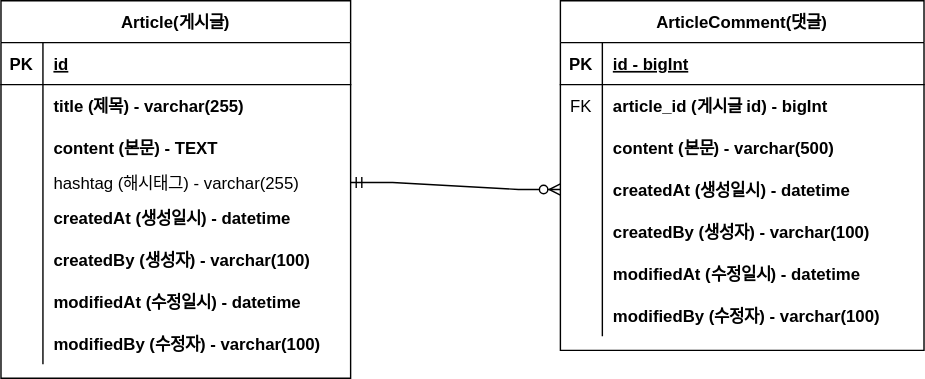
The draw.io diagram document/project-board-erd.svg in haaeee/board-toy-project, before a commit. Source tidied: cells renumbered, new cells last; positions are measured from the earlier drawing's top-left corner, leaving out a move shared by most shapes.
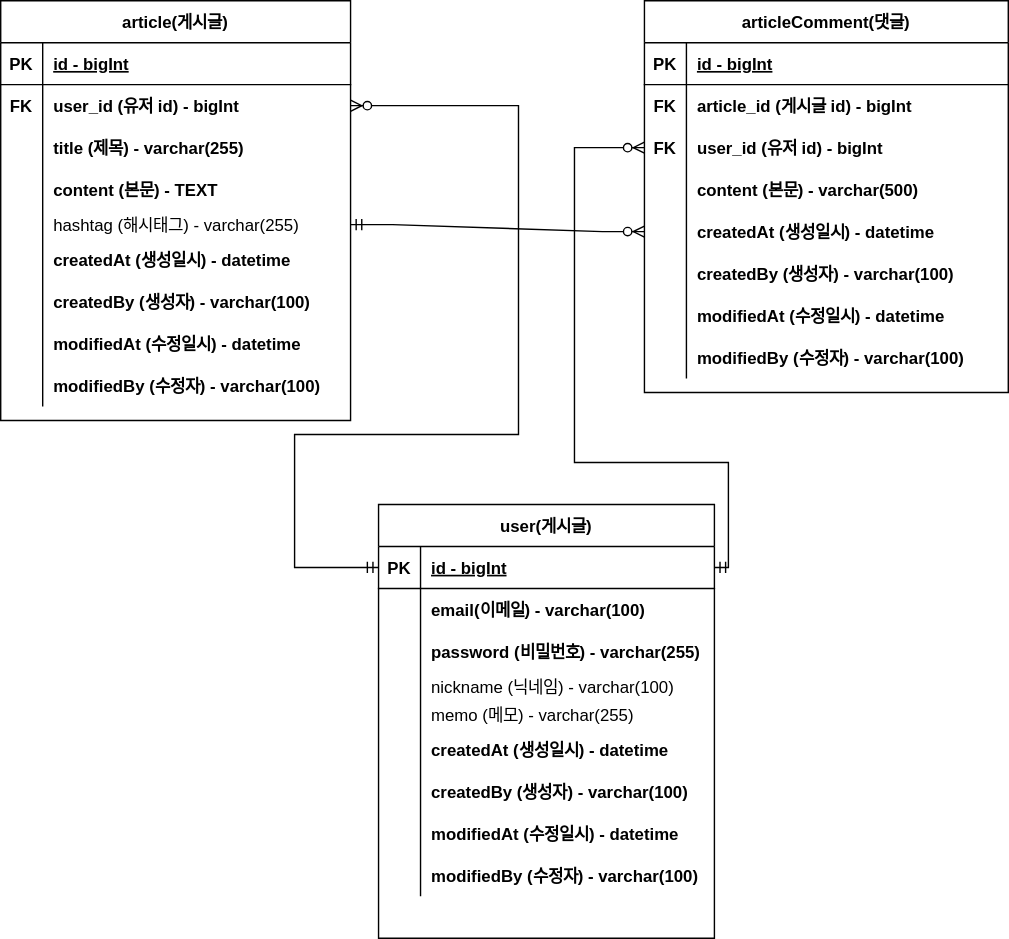
The same diagram one commit later.

Commit message:
#18 -  회원 계정 도메인 구현 및 erd 반영: project-board-erd.svg

What changed in the source:
```diff
@@ -2,8 +2,8 @@
   <root>
     <mxCell id="0" />
     <mxCell id="1" parent="0" />
-    <mxCell id="2" value="Article(게시글)" style="shape=table;startSize=30;rowLines=0;fontStyle=1;align=center;" parent="1" vertex="1">
-      <mxGeometry width="250" height="270" as="geometry" />
+    <mxCell id="2" value="article(게시글)" style="shape=table;startSize=30;rowLines=0;fontStyle=1;align=center;" parent="1" vertex="1">
+      <mxGeometry x="-60" width="250" height="300" as="geometry" />
     </mxCell>
     <mxCell id="3" style="shape=partialRectangle;fillColor=none;points=[[0,0.5],[1,0.5]];portConstraint=eastwest;top=0;left=0;right=0;bottom=1;" parent="2" vertex="1">
       <mxGeometry y="30" width="250" height="30" as="geometry" />
@@ -11,11 +11,20 @@
     <mxCell id="4" value="PK" style="shape=partialRectangle;overflow=hidden;fillColor=none;top=0;left=0;bottom=0;right=0;fontStyle=1;" parent="3" vertex="1">
       <mxGeometry width="30" height="30" as="geometry" />
     </mxCell>
-    <mxCell id="5" value="id" style="shape=partialRectangle;overflow=hidden;fillColor=none;top=0;left=0;bottom=0;right=0;align=left;spacingLeft=6;fontStyle=5;" parent="3" vertex="1">
+    <mxCell id="5" value="id - bigInt" style="shape=partialRectangle;overflow=hidden;fillColor=none;top=0;left=0;bottom=0;right=0;align=left;spacingLeft=6;fontStyle=5;" parent="3" vertex="1">
       <mxGeometry x="30" width="220" height="30" as="geometry" />
     </mxCell>
+    <mxCell id="50" style="shape=partialRectangle;fillColor=none;points=[[0,0.5],[1,0.5]];portConstraint=eastwest;top=0;left=0;right=0;bottom=0;" parent="2" vertex="1">
+      <mxGeometry y="60" width="250" height="30" as="geometry" />
+    </mxCell>
+    <mxCell id="51" value="FK" style="shape=partialRectangle;overflow=hidden;fillColor=none;top=0;left=0;bottom=0;right=0;fontStyle=1;" parent="50" vertex="1">
+      <mxGeometry width="30" height="30" as="geometry" />
+    </mxCell>
+    <mxCell id="52" value="user_id (유저 id) - bigInt" style="shape=partialRectangle;overflow=hidden;fillColor=none;top=0;left=0;bottom=0;right=0;align=left;spacingLeft=6;fontStyle=1;" parent="50" vertex="1">
+      <mxGeometry x="30" width="220" height="30" as="geometry" />
+    </mxCell>
     <mxCell id="6" style="shape=partialRectangle;fillColor=none;top=0;left=0;right=0;bottom=0;" parent="2" vertex="1">
-      <mxGeometry y="60" width="250" height="30" as="geometry" />
+      <mxGeometry y="90" width="250" height="30" as="geometry" />
     </mxCell>
     <mxCell id="7" style="shape=partialRectangle;overflow=hidden;fillColor=none;top=0;left=0;bottom=0;right=0;" parent="6" vertex="1">
       <mxGeometry width="30" height="30" as="geometry" />
@@ -24,7 +33,7 @@
       <mxGeometry x="30" width="220" height="30" as="geometry" />
     </mxCell>
     <mxCell id="9" style="shape=partialRectangle;fillColor=none;top=0;left=0;right=0;bottom=0;" parent="2" vertex="1">
-      <mxGeometry y="90" width="250" height="30" as="geometry" />
+      <mxGeometry y="120" width="250" height="30" as="geometry" />
     </mxCell>
     <mxCell id="10" style="shape=partialRectangle;overflow=hidden;fillColor=none;top=0;left=0;bottom=0;right=0;" parent="9" vertex="1">
       <mxGeometry width="30" height="30" as="geometry" />
@@ -33,7 +42,7 @@
       <mxGeometry x="30" width="220" height="30" as="geometry" />
     </mxCell>
     <mxCell id="12" style="shape=partialRectangle;fillColor=none;points=[[0,0.5],[1,0.5]];portConstraint=eastwest;top=0;left=0;right=0;bottom=0;" parent="2" vertex="1">
-      <mxGeometry y="120" width="250" height="20" as="geometry" />
+      <mxGeometry y="150" width="250" height="20" as="geometry" />
     </mxCell>
     <mxCell id="13" style="shape=partialRectangle;overflow=hidden;fillColor=none;top=0;left=0;bottom=0;right=0;" parent="12" vertex="1">
       <mxGeometry width="30" height="20" as="geometry" />
@@ -42,7 +51,7 @@
       <mxGeometry x="30" width="220" height="20" as="geometry" />
     </mxCell>
     <mxCell id="15" style="shape=partialRectangle;fillColor=none;top=0;left=0;right=0;bottom=0;" parent="2" vertex="1">
-      <mxGeometry y="140" width="250" height="30" as="geometry" />
+      <mxGeometry y="170" width="250" height="30" as="geometry" />
     </mxCell>
     <mxCell id="16" style="shape=partialRectangle;overflow=hidden;fillColor=none;top=0;left=0;bottom=0;right=0;" parent="15" vertex="1">
       <mxGeometry width="30" height="30" as="geometry" />
@@ -51,7 +60,7 @@
       <mxGeometry x="30" width="220" height="30" as="geometry" />
     </mxCell>
     <mxCell id="18" style="shape=partialRectangle;fillColor=none;top=0;left=0;right=0;bottom=0;" parent="2" vertex="1">
-      <mxGeometry y="170" width="250" height="30" as="geometry" />
+      <mxGeometry y="200" width="250" height="30" as="geometry" />
     </mxCell>
     <mxCell id="19" style="shape=partialRectangle;overflow=hidden;fillColor=none;top=0;left=0;bottom=0;right=0;" parent="18" vertex="1">
       <mxGeometry width="30" height="30" as="geometry" />
@@ -60,7 +69,7 @@
       <mxGeometry x="30" width="220" height="30" as="geometry" />
     </mxCell>
     <mxCell id="21" style="shape=partialRectangle;fillColor=none;top=0;left=0;right=0;bottom=0;" parent="2" vertex="1">
-      <mxGeometry y="200" width="250" height="30" as="geometry" />
+      <mxGeometry y="230" width="250" height="30" as="geometry" />
     </mxCell>
     <mxCell id="22" style="shape=partialRectangle;overflow=hidden;fillColor=none;top=0;left=0;bottom=0;right=0;" parent="21" vertex="1">
       <mxGeometry width="30" height="30" as="geometry" />
@@ -69,7 +78,7 @@
       <mxGeometry x="30" width="220" height="30" as="geometry" />
     </mxCell>
     <mxCell id="24" style="shape=partialRectangle;fillColor=none;top=0;left=0;right=0;bottom=0;" parent="2" vertex="1">
-      <mxGeometry y="230" width="250" height="30" as="geometry" />
+      <mxGeometry y="260" width="250" height="30" as="geometry" />
     </mxCell>
     <mxCell id="25" style="shape=partialRectangle;overflow=hidden;fillColor=none;top=0;left=0;bottom=0;right=0;" parent="24" vertex="1">
       <mxGeometry width="30" height="30" as="geometry" />
@@ -77,8 +86,8 @@
     <mxCell id="26" value="modifiedBy (수정자) - varchar(100)" style="shape=partialRectangle;overflow=hidden;fillColor=none;top=0;left=0;bottom=0;right=0;align=left;spacingLeft=6;fontStyle=1;" parent="24" vertex="1">
       <mxGeometry x="30" width="220" height="30" as="geometry" />
     </mxCell>
-    <mxCell id="27" value="ArticleComment(댓글)" style="shape=table;startSize=30;rowLines=0;fontStyle=1;align=center;" parent="1" vertex="1">
-      <mxGeometry x="400" width="260" height="250" as="geometry" />
+    <mxCell id="27" value="articleComment(댓글)" style="shape=table;startSize=30;rowLines=0;fontStyle=1;align=center;" parent="1" vertex="1">
+      <mxGeometry x="400" width="260" height="280" as="geometry" />
     </mxCell>
     <mxCell id="28" style="shape=partialRectangle;fillColor=none;top=0;left=0;right=0;bottom=1;" parent="27" vertex="1">
       <mxGeometry y="30" width="260" height="30" as="geometry" />
@@ -92,14 +101,23 @@
     <mxCell id="31" style="shape=partialRectangle;fillColor=none;top=0;left=0;right=0;bottom=0;" parent="27" vertex="1">
       <mxGeometry y="60" width="260" height="30" as="geometry" />
     </mxCell>
-    <mxCell id="32" value="FK" style="shape=partialRectangle;overflow=hidden;fillColor=none;top=0;left=0;bottom=0;right=0;" parent="31" vertex="1">
+    <mxCell id="32" value="FK" style="shape=partialRectangle;overflow=hidden;fillColor=none;top=0;left=0;bottom=0;right=0;fontStyle=1;" parent="31" vertex="1">
       <mxGeometry width="30" height="30" as="geometry" />
     </mxCell>
     <mxCell id="33" value="article_id (게시글 id) - bigInt" style="shape=partialRectangle;overflow=hidden;fillColor=none;top=0;left=0;bottom=0;right=0;align=left;spacingLeft=6;fontStyle=1;" parent="31" vertex="1">
       <mxGeometry x="30" width="230" height="30" as="geometry" />
     </mxCell>
+    <mxCell id="53" style="shape=partialRectangle;fillColor=none;points=[[0,0.5],[1,0.5]];portConstraint=eastwest;top=0;left=0;right=0;bottom=0;" parent="27" vertex="1">
+      <mxGeometry y="90" width="260" height="30" as="geometry" />
+    </mxCell>
+    <mxCell id="54" value="FK" style="shape=partialRectangle;overflow=hidden;fillColor=none;top=0;left=0;bottom=0;right=0;fontStyle=1;" parent="53" vertex="1">
+      <mxGeometry width="30" height="30" as="geometry" />
+    </mxCell>
+    <mxCell id="55" value="user_id (유저 id) - bigInt" style="shape=partialRectangle;overflow=hidden;fillColor=none;top=0;left=0;bottom=0;right=0;align=left;spacingLeft=6;fontStyle=1;" parent="53" vertex="1">
+      <mxGeometry x="30" width="230" height="30" as="geometry" />
+    </mxCell>
     <mxCell id="34" style="shape=partialRectangle;fillColor=none;top=0;left=0;right=0;bottom=0;" parent="27" vertex="1">
-      <mxGeometry y="90" width="260" height="30" as="geometry" />
+      <mxGeometry y="120" width="260" height="30" as="geometry" />
     </mxCell>
     <mxCell id="35" style="shape=partialRectangle;overflow=hidden;fillColor=none;top=0;left=0;bottom=0;right=0;" parent="34" vertex="1">
       <mxGeometry width="30" height="30" as="geometry" />
@@ -108,7 +126,7 @@
       <mxGeometry x="30" width="230" height="30" as="geometry" />
     </mxCell>
     <mxCell id="37" style="shape=partialRectangle;fillColor=none;points=[[0,0.5],[1,0.5]];portConstraint=eastwest;top=0;left=0;right=0;bottom=0;" parent="27" vertex="1">
-      <mxGeometry y="120" width="260" height="30" as="geometry" />
+      <mxGeometry y="150" width="260" height="30" as="geometry" />
     </mxCell>
     <mxCell id="38" style="shape=partialRectangle;overflow=hidden;fillColor=none;top=0;left=0;bottom=0;right=0;" parent="37" vertex="1">
       <mxGeometry width="30" height="30" as="geometry" />
@@ -117,7 +135,7 @@
       <mxGeometry x="30" width="230" height="30" as="geometry" />
     </mxCell>
     <mxCell id="40" style="shape=partialRectangle;fillColor=none;top=0;left=0;right=0;bottom=0;" parent="27" vertex="1">
-      <mxGeometry y="150" width="260" height="30" as="geometry" />
+      <mxGeometry y="180" width="260" height="30" as="geometry" />
     </mxCell>
     <mxCell id="41" style="shape=partialRectangle;overflow=hidden;fillColor=none;top=0;left=0;bottom=0;right=0;" parent="40" vertex="1">
       <mxGeometry width="30" height="30" as="geometry" />
@@ -126,7 +144,7 @@
       <mxGeometry x="30" width="230" height="30" as="geometry" />
     </mxCell>
     <mxCell id="43" style="shape=partialRectangle;fillColor=none;top=0;left=0;right=0;bottom=0;" parent="27" vertex="1">
-      <mxGeometry y="180" width="260" height="30" as="geometry" />
+      <mxGeometry y="210" width="260" height="30" as="geometry" />
     </mxCell>
     <mxCell id="44" style="shape=partialRectangle;overflow=hidden;fillColor=none;top=0;left=0;bottom=0;right=0;" parent="43" vertex="1">
       <mxGeometry width="30" height="30" as="geometry" />
@@ -135,7 +153,7 @@
       <mxGeometry x="30" width="230" height="30" as="geometry" />
     </mxCell>
     <mxCell id="46" style="shape=partialRectangle;fillColor=none;top=0;left=0;right=0;bottom=0;" parent="27" vertex="1">
-      <mxGeometry y="210" width="260" height="30" as="geometry" />
+      <mxGeometry y="240" width="260" height="30" as="geometry" />
     </mxCell>
     <mxCell id="47" style="shape=partialRectangle;overflow=hidden;fillColor=none;top=0;left=0;bottom=0;right=0;" parent="46" vertex="1">
       <mxGeometry width="30" height="30" as="geometry" />
@@ -146,5 +164,119 @@
     <mxCell id="49" style="edgeStyle=entityRelationEdgeStyle;fontSize=12;html=1;endArrow=ERzeroToMany;startArrow=ERmandOne;rounded=0;exitX=1;exitY=0.5;exitDx=0;exitDy=0;entryX=0;entryY=0.5;entryDx=0;entryDy=0;" parent="1" edge="1" source="12" target="37">
       <mxGeometry relative="1" as="geometry" />
     </mxCell>
+    <mxCell id="56" value="user(게시글)" style="shape=table;startSize=30;rowLines=0;fontStyle=1;align=center;" parent="1" vertex="1">
+      <mxGeometry x="210" y="360" width="240" height="310" as="geometry" />
+    </mxCell>
+    <mxCell id="57" style="shape=partialRectangle;fillColor=none;points=[[0,0.5],[1,0.5]];portConstraint=eastwest;top=0;left=0;right=0;bottom=1;" parent="56" vertex="1">
+      <mxGeometry y="30" width="240" height="30" as="geometry" />
+    </mxCell>
+    <mxCell id="58" value="PK" style="shape=partialRectangle;overflow=hidden;fillColor=none;top=0;left=0;bottom=0;right=0;fontStyle=1;" parent="57" vertex="1">
+      <mxGeometry width="30" height="30" as="geometry" />
+    </mxCell>
+    <mxCell id="59" value="id - bigInt" style="shape=partialRectangle;overflow=hidden;fillColor=none;top=0;left=0;bottom=0;right=0;align=left;spacingLeft=6;fontStyle=5;" parent="57" vertex="1">
+      <mxGeometry x="30" width="210" height="30" as="geometry" />
+    </mxCell>
+    <mxCell id="60" style="shape=partialRectangle;fillColor=none;top=0;left=0;right=0;bottom=0;" parent="56" vertex="1">
+      <mxGeometry y="60" width="240" height="30" as="geometry" />
+    </mxCell>
+    <mxCell id="61" style="shape=partialRectangle;overflow=hidden;fillColor=none;top=0;left=0;bottom=0;right=0;" parent="60" vertex="1">
+      <mxGeometry width="30" height="30" as="geometry" />
+    </mxCell>
+    <mxCell id="62" value="email(이메일) - varchar(100)" style="shape=partialRectangle;overflow=hidden;fillColor=none;top=0;left=0;bottom=0;right=0;align=left;spacingLeft=6;fontStyle=1;" parent="60" vertex="1">
+      <mxGeometry x="30" width="210" height="30" as="geometry" />
+    </mxCell>
+    <mxCell id="63" style="shape=partialRectangle;fillColor=none;top=0;left=0;right=0;bottom=0;" parent="56" vertex="1">
+      <mxGeometry y="90" width="240" height="30" as="geometry" />
+    </mxCell>
+    <mxCell id="64" style="shape=partialRectangle;overflow=hidden;fillColor=none;top=0;left=0;bottom=0;right=0;" parent="63" vertex="1">
+      <mxGeometry width="30" height="30" as="geometry" />
+    </mxCell>
+    <mxCell id="65" value="password (비밀번호) - varchar(255)" style="shape=partialRectangle;overflow=hidden;fillColor=none;top=0;left=0;bottom=0;right=0;align=left;spacingLeft=6;fontStyle=1;" parent="63" vertex="1">
+      <mxGeometry x="30" width="210" height="30" as="geometry" />
+    </mxCell>
+    <mxCell id="66" style="shape=partialRectangle;fillColor=none;top=0;left=0;right=0;bottom=0;" parent="56" vertex="1">
+      <mxGeometry y="120" width="240" height="20" as="geometry" />
+    </mxCell>
+    <mxCell id="67" style="shape=partialRectangle;overflow=hidden;fillColor=none;top=0;left=0;bottom=0;right=0;" parent="66" vertex="1">
+      <mxGeometry width="30" height="20" as="geometry" />
+    </mxCell>
+    <mxCell id="68" value="nickname (닉네임) - varchar(100)" style="shape=partialRectangle;overflow=hidden;fillColor=none;top=0;left=0;bottom=0;right=0;align=left;spacingLeft=6;" parent="66" vertex="1">
+      <mxGeometry x="30" width="210" height="20" as="geometry" />
+    </mxCell>
+    <mxCell id="69" style="shape=partialRectangle;fillColor=none;top=0;left=0;right=0;bottom=0;" parent="56" vertex="1">
+      <mxGeometry y="140" width="240" height="20" as="geometry" />
+    </mxCell>
+    <mxCell id="70" style="shape=partialRectangle;overflow=hidden;fillColor=none;top=0;left=0;bottom=0;right=0;" parent="69" vertex="1">
+      <mxGeometry width="30" height="20" as="geometry" />
+    </mxCell>
+    <mxCell id="71" value="memo (메모) - varchar(255)" style="shape=partialRectangle;overflow=hidden;fillColor=none;top=0;left=0;bottom=0;right=0;align=left;spacingLeft=6;" parent="69" vertex="1">
+      <mxGeometry x="30" width="210" height="20" as="geometry" />
+    </mxCell>
+    <mxCell id="72" style="shape=partialRectangle;fillColor=none;top=0;left=0;right=0;bottom=0;" parent="56" vertex="1">
+      <mxGeometry y="160" width="240" height="30" as="geometry" />
+    </mxCell>
+    <mxCell id="73" style="shape=partialRectangle;overflow=hidden;fillColor=none;top=0;left=0;bottom=0;right=0;" parent="72" vertex="1">
+      <mxGeometry width="30" height="30" as="geometry" />
+    </mxCell>
+    <mxCell id="74" value="createdAt (생성일시) - datetime" style="shape=partialRectangle;overflow=hidden;fillColor=none;top=0;left=0;bottom=0;right=0;align=left;spacingLeft=6;fontStyle=1;" parent="72" vertex="1">
+      <mxGeometry x="30" width="210" height="30" as="geometry" />
+    </mxCell>
+    <mxCell id="75" style="shape=partialRectangle;fillColor=none;top=0;left=0;right=0;bottom=0;" parent="56" vertex="1">
+      <mxGeometry y="190" width="240" height="30" as="geometry" />
+    </mxCell>
+    <mxCell id="76" style="shape=partialRectangle;overflow=hidden;fillColor=none;top=0;left=0;bottom=0;right=0;" parent="75" vertex="1">
+      <mxGeometry width="30" height="30" as="geometry" />
+    </mxCell>
+    <mxCell id="77" value="createdBy (생성자) - varchar(100)" style="shape=partialRectangle;overflow=hidden;fillColor=none;top=0;left=0;bottom=0;right=0;align=left;spacingLeft=6;fontStyle=1;" parent="75" vertex="1">
+      <mxGeometry x="30" width="210" height="30" as="geometry" />
+    </mxCell>
+    <mxCell id="78" style="shape=partialRectangle;fillColor=none;top=0;left=0;right=0;bottom=0;" parent="56" vertex="1">
+      <mxGeometry y="220" width="240" height="30" as="geometry" />
+    </mxCell>
+    <mxCell id="79" style="shape=partialRectangle;overflow=hidden;fillColor=none;top=0;left=0;bottom=0;right=0;" parent="78" vertex="1">
+      <mxGeometry width="30" height="30" as="geometry" />
+    </mxCell>
+    <mxCell id="80" value="modifiedAt (수정일시) - datetime" style="shape=partialRectangle;overflow=hidden;fillColor=none;top=0;left=0;bottom=0;right=0;align=left;spacingLeft=6;fontStyle=1;" parent="78" vertex="1">
+      <mxGeometry x="30" width="210" height="30" as="geometry" />
+    </mxCell>
+    <mxCell id="81" style="shape=partialRectangle;fillColor=none;top=0;left=0;right=0;bottom=0;" parent="56" vertex="1">
+      <mxGeometry y="250" width="240" height="30" as="geometry" />
+    </mxCell>
+    <mxCell id="82" style="shape=partialRectangle;overflow=hidden;fillColor=none;top=0;left=0;bottom=0;right=0;" parent="81" vertex="1">
+      <mxGeometry width="30" height="30" as="geometry" />
+    </mxCell>
+    <mxCell id="83" value="modifiedBy (수정자) - varchar(100)" style="shape=partialRectangle;overflow=hidden;fillColor=none;top=0;left=0;bottom=0;right=0;align=left;spacingLeft=6;fontStyle=1;" parent="81" vertex="1">
+      <mxGeometry x="30" width="210" height="30" as="geometry" />
+    </mxCell>
+    <mxCell id="84" style="edgeStyle=orthogonalEdgeStyle;fontSize=12;html=1;endArrow=ERzeroToMany;startArrow=ERmandOne;exitX=0;exitY=0.5;exitDx=0;exitDy=0;strokeColor=none;rounded=0;" parent="1" edge="1" source="57" target="3">
+      <mxGeometry relative="1" as="geometry">
+        <Array as="points">
+          <mxPoint x="170" y="405" />
+          <mxPoint x="170" y="300" />
+          <mxPoint x="260" y="300" />
+          <mxPoint x="260" y="45" />
+        </Array>
+      </mxGeometry>
+    </mxCell>
+    <mxCell id="85" style="edgeStyle=orthogonalEdgeStyle;fontSize=12;html=1;endArrow=ERzeroToMany;startArrow=ERmandOne;rounded=0;exitX=0;exitY=0.5;exitDx=0;exitDy=0;entryX=1;entryY=0.5;entryDx=0;entryDy=0;" parent="1" edge="1" source="57" target="50">
+      <mxGeometry relative="1" as="geometry">
+        <Array as="points">
+          <mxPoint x="150" y="405" />
+          <mxPoint x="150" y="310" />
+          <mxPoint x="310" y="310" />
+          <mxPoint x="310" y="75" />
+        </Array>
+      </mxGeometry>
+    </mxCell>
+    <mxCell id="86" style="edgeStyle=orthogonalEdgeStyle;fontSize=12;html=1;endArrow=ERzeroToMany;startArrow=ERmandOne;rounded=0;exitX=1;exitY=0.5;exitDx=0;exitDy=0;entryX=0;entryY=0.5;entryDx=0;entryDy=0;" parent="1" edge="1" source="57" target="53">
+      <mxGeometry relative="1" as="geometry">
+        <Array as="points">
+          <mxPoint x="460" y="405" />
+          <mxPoint x="460" y="330" />
+          <mxPoint x="350" y="330" />
+          <mxPoint x="350" y="105" />
+        </Array>
+      </mxGeometry>
+    </mxCell>
   </root>
 </mxGraphModel>
```
